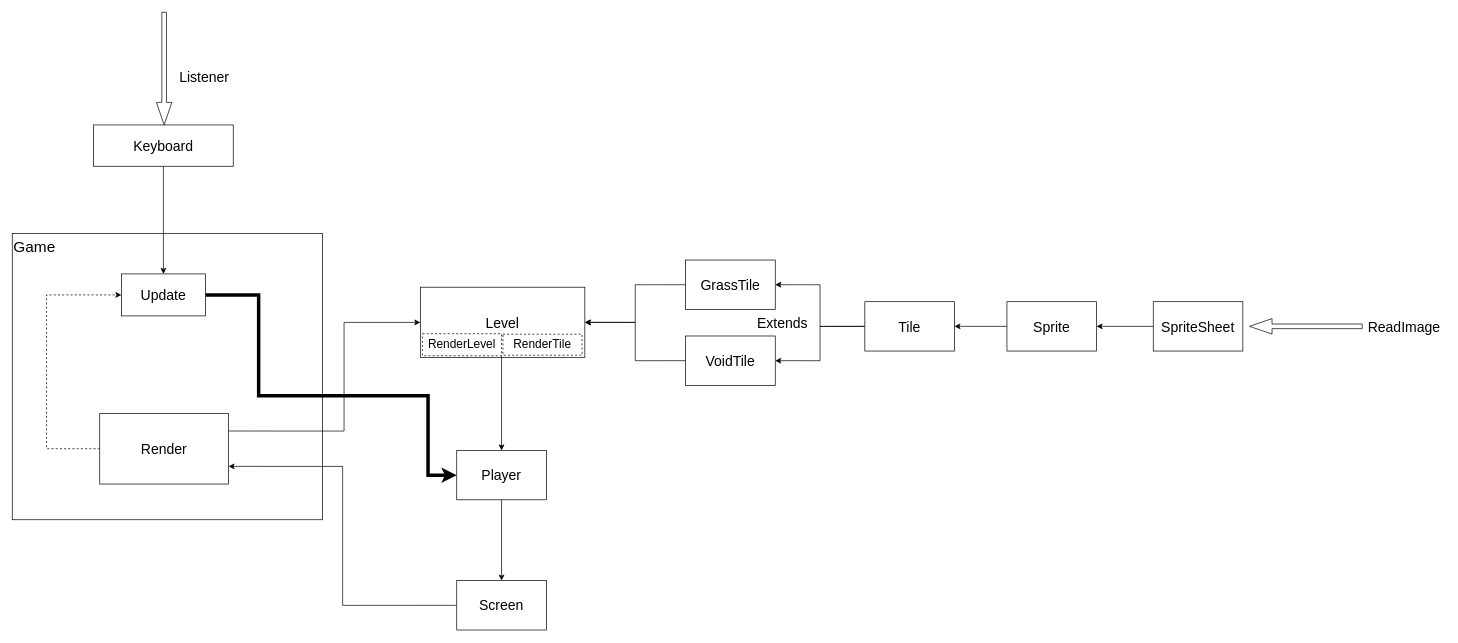
Above: Game.drawio in xiaodongYao/DrawIO (draw.io), before the change. Source tidied: cells renumbered, new cells numbered last; positions are measured from the earlier drawing's top-left corner, leaving out a move shared by most shapes. Both pictures are drawn from the tidied source at 70%, with x=0, y=0 at pixel (12, 12).
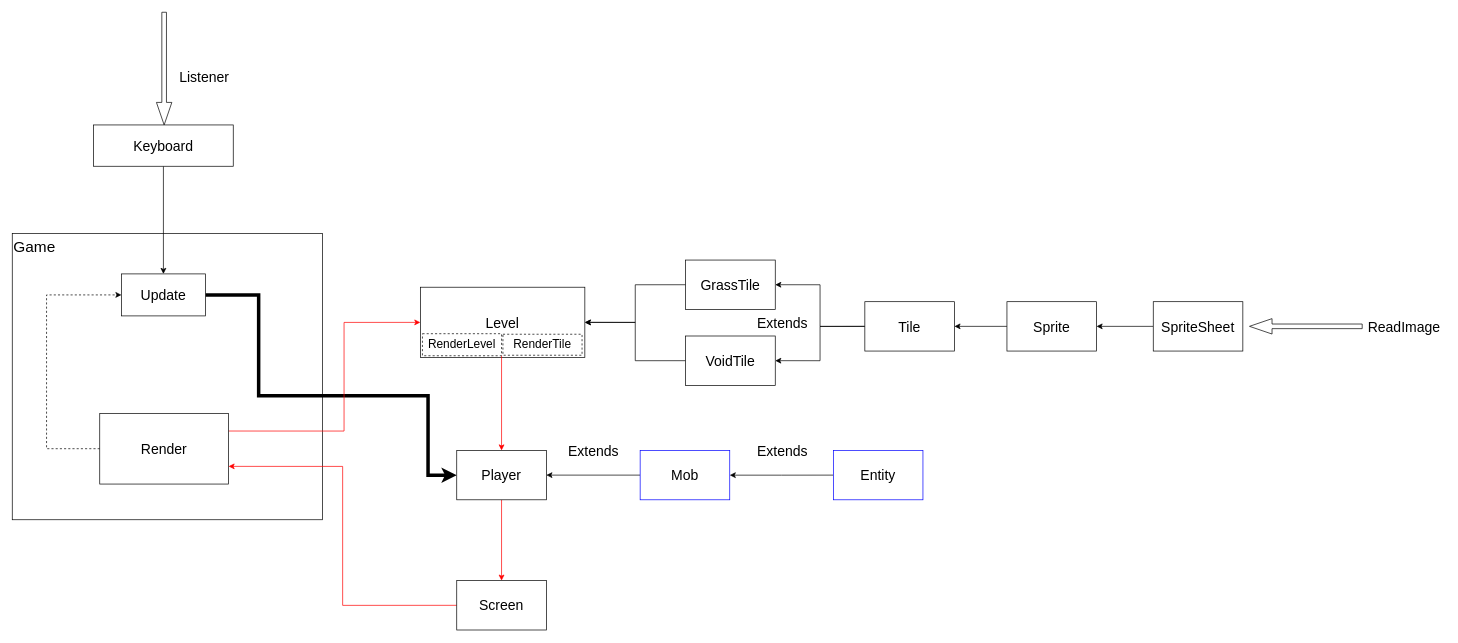
After the change.

The change refers to these unchanged cells:
```xml
<mxCell id="4" value="Screen" style="rounded=0;whiteSpace=wrap;html=1;align=center;verticalAlign=middle;fontSize=20;" parent="1" vertex="1">
  <mxGeometry x="635" y="812" width="128" height="70.5" as="geometry" />
</mxCell>
<mxCell id="13" value="Render" style="rounded=0;whiteSpace=wrap;html=1;fontSize=20;verticalAlign=middle;align=center;" parent="1" vertex="1">
  <mxGeometry x="125" y="573" width="184" height="101" as="geometry" />
</mxCell>
<mxCell id="26" value="Level" style="rounded=0;whiteSpace=wrap;html=1;align=center;verticalAlign=middle;fontSize=20;" parent="1" vertex="1">
  <mxGeometry x="583" y="392.8" width="235" height="100.5" as="geometry" />
</mxCell>
<mxCell id="30" value="RenderLevel" style="text;html=1;align=center;verticalAlign=middle;whiteSpace=wrap;rounded=0;fontSize=17;strokeColor=default;dashed=1;" parent="1" vertex="1">
  <mxGeometry x="586" y="459.2" width="113" height="31.5" as="geometry" />
</mxCell>
<mxCell id="33" value="Player" style="rounded=0;whiteSpace=wrap;html=1;align=center;verticalAlign=middle;fontSize=20;" parent="1" vertex="1">
  <mxGeometry x="635" y="626" width="128" height="70.5" as="geometry" />
</mxCell>
```

Diff of the diagram source:
```diff
@@
-    <mxCell id="3" style="edgeStyle=orthogonalEdgeStyle;rounded=0;jettySize=auto;html=1;exitX=0;exitY=0.5;exitDx=0;exitDy=0;entryX=1;entryY=0.75;entryDx=0;entryDy=0;" parent="1" edge="1" source="4" target="13">
+    <mxCell id="3" style="edgeStyle=orthogonalEdgeStyle;rounded=0;jettySize=auto;html=1;exitX=0;exitY=0.5;exitDx=0;exitDy=0;entryX=1;entryY=0.75;entryDx=0;entryDy=0;strokeColor=light-dark(#ff0000, #ededed);" parent="1" edge="1" source="4" target="13">
       <mxGeometry relative="1" as="geometry" />
     </mxCell>
@@
-    <mxCell id="11" style="edgeStyle=orthogonalEdgeStyle;rounded=0;jettySize=auto;html=1;exitX=1;exitY=0.25;exitDx=0;exitDy=0;entryX=0;entryY=0.5;entryDx=0;entryDy=0;" parent="1" edge="1" source="13" target="26">
+    <mxCell id="11" style="edgeStyle=orthogonalEdgeStyle;rounded=0;jettySize=auto;html=1;exitX=1;exitY=0.25;exitDx=0;exitDy=0;entryX=0;entryY=0.5;entryDx=0;entryDy=0;strokeColor=light-dark(#ff0000, #ededed);" parent="1" edge="1" source="13" target="26">
       <mxGeometry relative="1" as="geometry">
         <Array as="points">
           <mxPoint x="474" y="598" />
           <mxPoint x="474" y="443" />
         </Array>
       </mxGeometry>
     </mxCell>
@@
-    <mxCell id="29" style="edgeStyle=orthogonalEdgeStyle;rounded=0;jettySize=auto;html=1;exitX=1;exitY=1;exitDx=0;exitDy=0;entryX=0.5;entryY=0;entryDx=0;entryDy=0;" parent="1" edge="1" source="30" target="33">
+    <mxCell id="29" style="edgeStyle=orthogonalEdgeStyle;rounded=0;jettySize=auto;html=1;exitX=1;exitY=1;exitDx=0;exitDy=0;entryX=0.5;entryY=0;entryDx=0;entryDy=0;strokeColor=#FF0000;" parent="1" edge="1" source="30" target="33">
       <mxGeometry relative="1" as="geometry" />
     </mxCell>
@@
-    <mxCell id="32" style="edgeStyle=orthogonalEdgeStyle;rounded=0;jettySize=auto;html=1;exitX=0.5;exitY=1;exitDx=0;exitDy=0;" parent="1" edge="1" source="33" target="4">
+    <mxCell id="32" style="edgeStyle=orthogonalEdgeStyle;rounded=0;jettySize=auto;html=1;exitX=0.5;exitY=1;exitDx=0;exitDy=0;strokeColor=light-dark(#ff0000, #ededed);" parent="1" edge="1" source="33" target="4">
       <mxGeometry relative="1" as="geometry" />
     </mxCell>
@@
+    <mxCell id="34" style="edgeStyle=orthogonalEdgeStyle;rounded=0;jettySize=auto;html=1;exitX=0;exitY=0.5;exitDx=0;exitDy=0;entryX=1;entryY=0.5;entryDx=0;entryDy=0;" parent="1" edge="1" source="35" target="33">
+      <mxGeometry relative="1" as="geometry" />
+    </mxCell>
+    <mxCell id="35" value="Mob" style="rounded=0;whiteSpace=wrap;html=1;align=center;verticalAlign=middle;fontSize=20;strokeColor=light-dark(#0000ff, #ededed);" parent="1" vertex="1">
+      <mxGeometry x="897" y="626" width="128" height="70.5" as="geometry" />
+    </mxCell>
+    <mxCell id="36" style="edgeStyle=orthogonalEdgeStyle;rounded=0;jettySize=auto;html=1;exitX=0;exitY=0.5;exitDx=0;exitDy=0;" parent="1" edge="1" source="37" target="35">
+      <mxGeometry relative="1" as="geometry" />
+    </mxCell>
+    <mxCell id="37" value="Entity" style="rounded=0;whiteSpace=wrap;html=1;align=center;verticalAlign=middle;fontSize=20;strokeColor=light-dark(#0000ff, #ededed);" parent="1" vertex="1">
+      <mxGeometry x="1173" y="626" width="128" height="70.5" as="geometry" />
+    </mxCell>
+    <mxCell id="38" value="Extends" style="text;html=1;align=center;verticalAlign=middle;whiteSpace=wrap;rounded=0;fontSize=20;" parent="1" vertex="1">
+      <mxGeometry x="783" y="605" width="95" height="44" as="geometry" />
+    </mxCell>
+    <mxCell id="39" value="Extends" style="text;html=1;align=center;verticalAlign=middle;whiteSpace=wrap;rounded=0;fontSize=20;" parent="1" vertex="1">
+      <mxGeometry x="1053" y="605" width="95" height="44" as="geometry" />
+    </mxCell>
```
